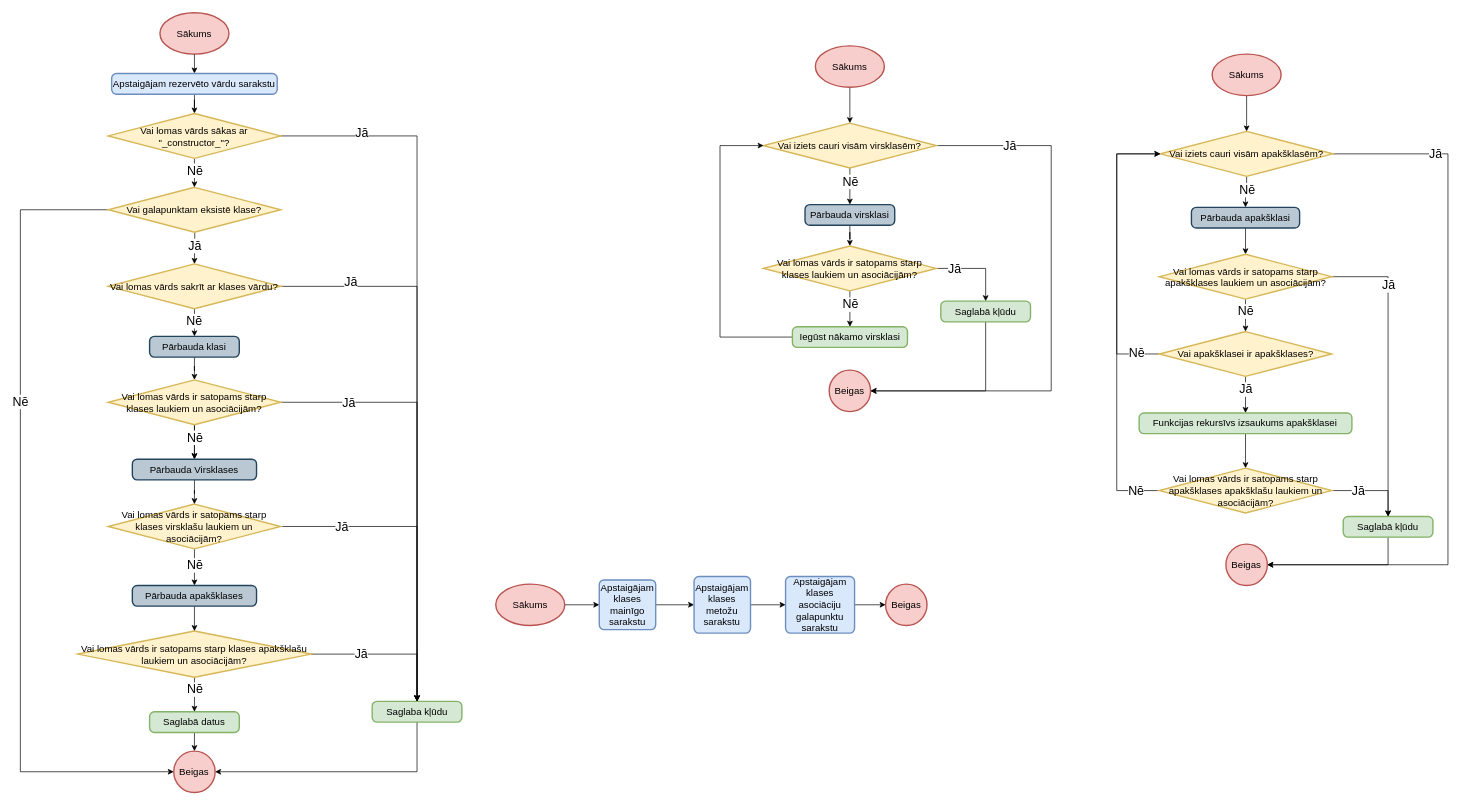
This is page "Lomas vārda pārbaude" (4 of 4) of src/Qualification project/Documentation/Diagrammas/Kompilators/Asociācijas.drawio from artiks12/webAppOS, a draw.io file, before an edit. Source tidied: cells renumbered, new cells numbered last; positions are measured from the earlier drawing's top-left corner, leaving out a move shared by most shapes. Both pictures are drawn from the tidied source at 69%, with x=0, y=0 at pixel (20, 12).
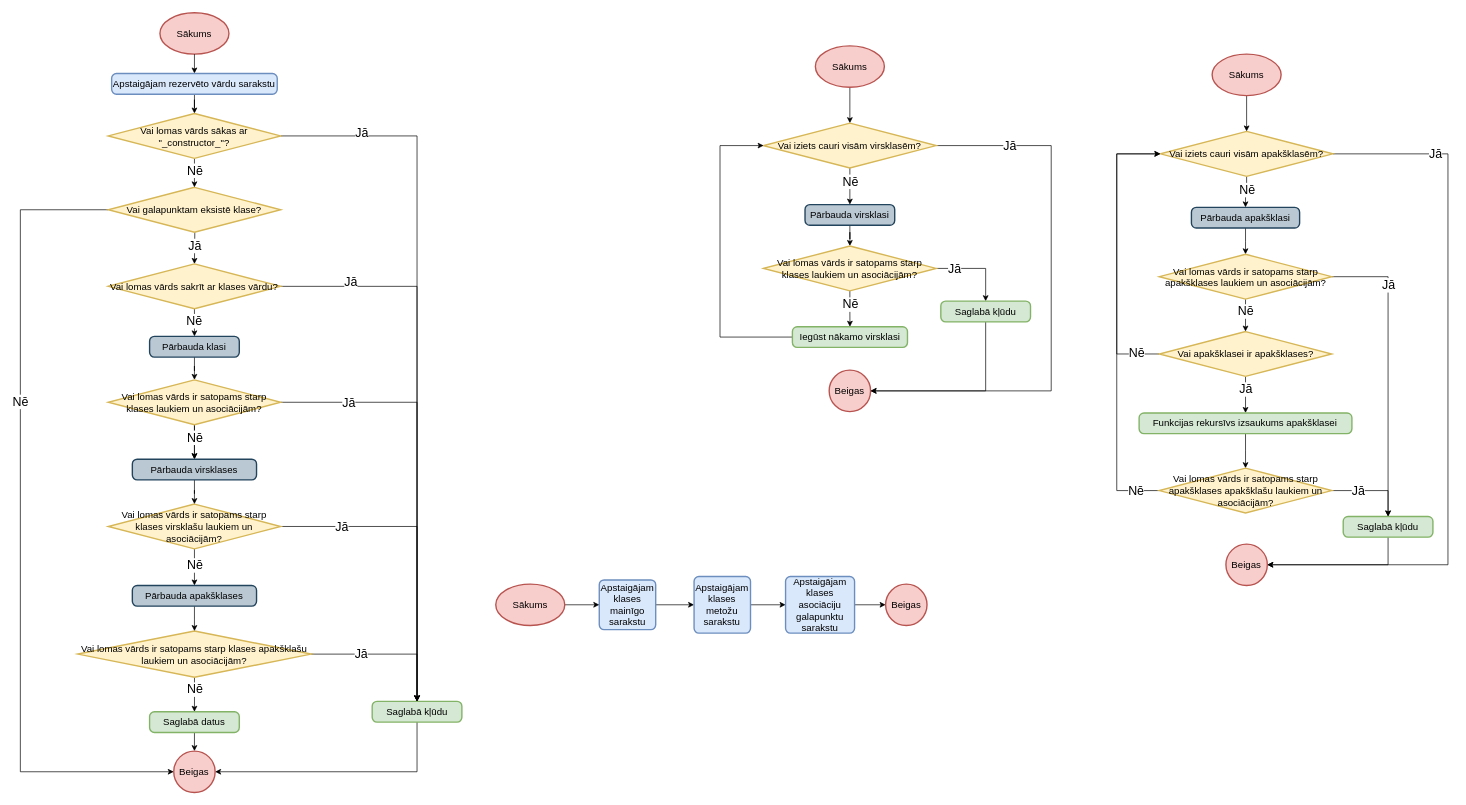
The same diagram, later.

Diff of the diagram source:
```diff
@@
-    <mxCell id="19" value="Saglaba kļūdu" style="rounded=1;whiteSpace=wrap;html=1;absoluteArcSize=1;arcSize=14;strokeWidth=2;fontSize=14;fillColor=#d5e8d4;strokeColor=#82b366;" parent="1" vertex="1">
+    <mxCell id="19" value="Saglabā kļūdu" style="rounded=1;whiteSpace=wrap;html=1;absoluteArcSize=1;arcSize=14;strokeWidth=2;fontSize=14;fillColor=#d5e8d4;strokeColor=#82b366;" parent="1" vertex="1">
       <mxGeometry x="509.9" y="998" width="130" height="30" as="geometry" />
     </mxCell>
@@
-    <mxCell id="50" value="Pārbauda Virsklases" style="rounded=1;whiteSpace=wrap;html=1;absoluteArcSize=1;arcSize=14;strokeWidth=2;fontSize=14;fillColor=#bac8d3;strokeColor=#23445d;" parent="1" vertex="1">
+    <mxCell id="50" value="Pārbauda virsklases" style="rounded=1;whiteSpace=wrap;html=1;absoluteArcSize=1;arcSize=14;strokeWidth=2;fontSize=14;fillColor=#bac8d3;strokeColor=#23445d;" parent="1" vertex="1">
       <mxGeometry x="162.3" y="647" width="180" height="30" as="geometry" />
     </mxCell>
```
